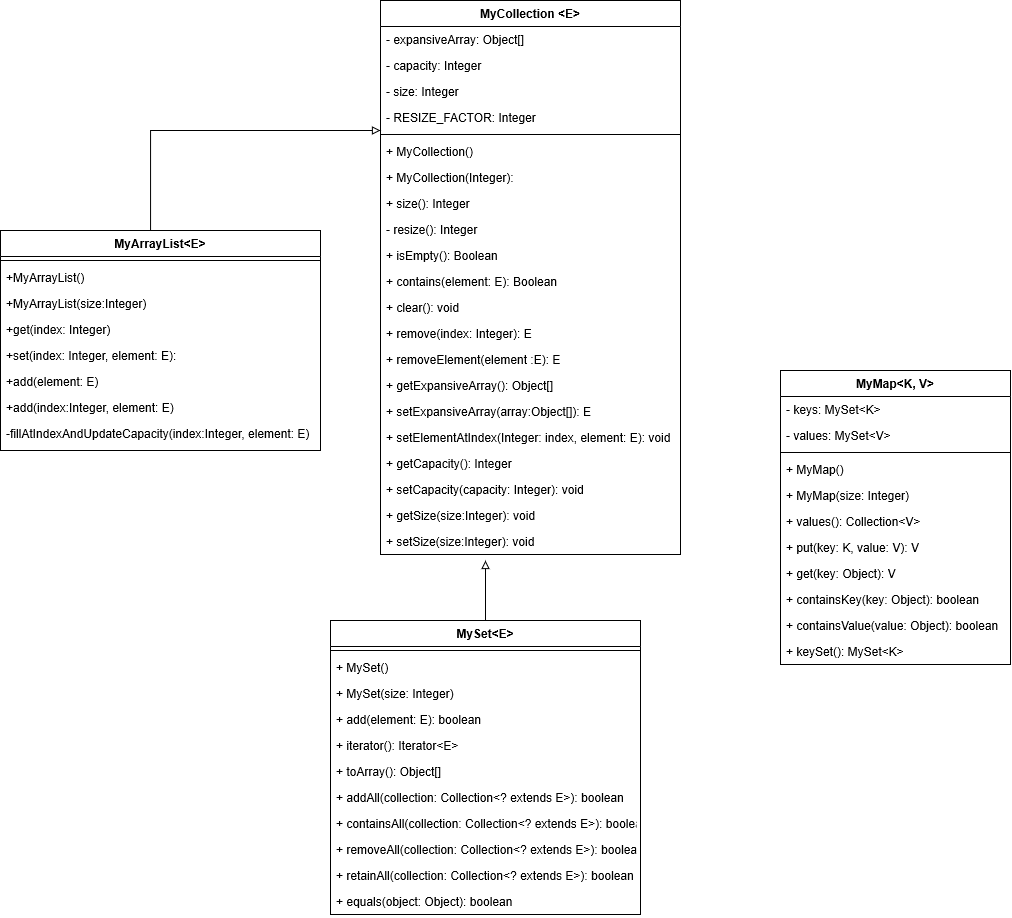
This is StayReadyLab13UML.png from code-differently/StayReadyLab13, a draw.io export, as it was before one commit. Source tidied: cells renumbered, new cells last; positions are measured from the earlier drawing's top-left corner, leaving out a move shared by most shapes.
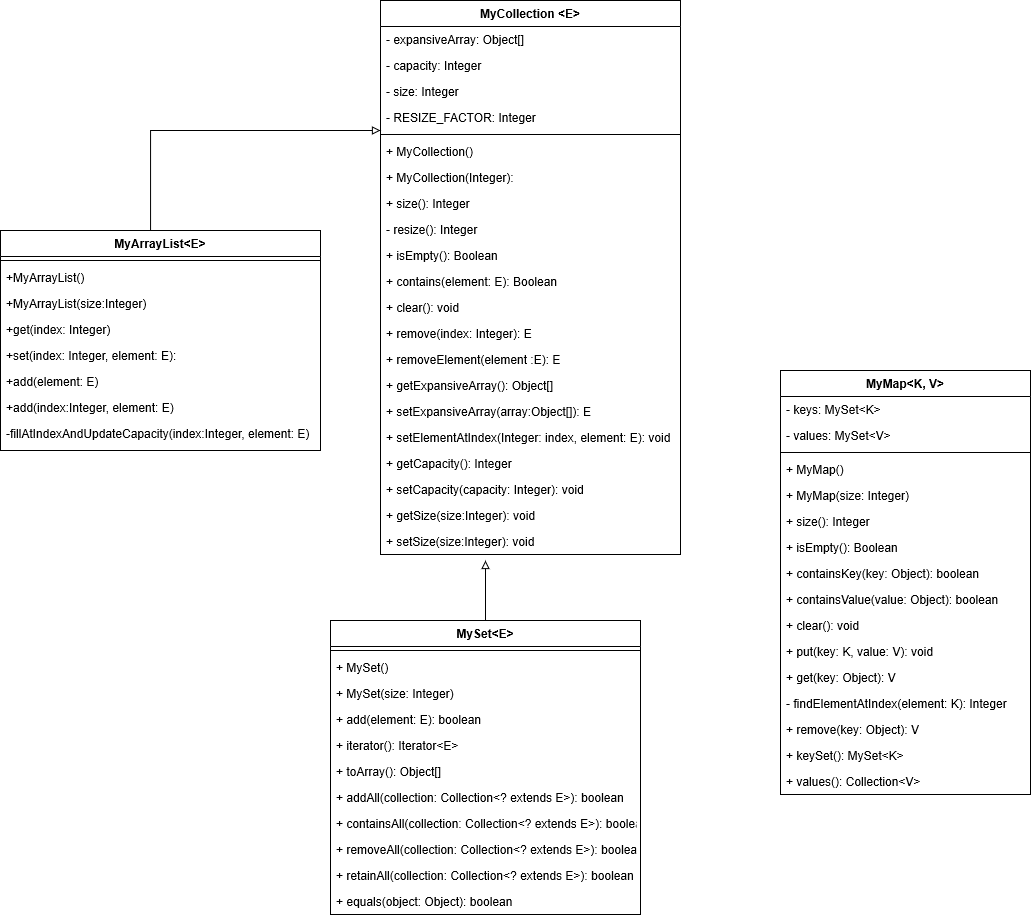
After the commit.

Commit message:
getting close to finishing. Updated UML

Diff of the diagram source:
```diff
@@ -145,40 +145,55 @@
       <mxGeometry y="268" width="310" height="26" as="geometry" />
     </mxCell>
     <mxCell id="47" value="MyMap&lt;K, V&gt;" style="swimlane;fontStyle=1;align=center;verticalAlign=top;horizontal=1;startSize=26;" parent="1" vertex="1">
-      <mxGeometry x="780" y="370" width="230" height="294" as="geometry" />
+      <mxGeometry x="780" y="370" width="250" height="424" as="geometry" />
     </mxCell>
     <mxCell id="48" value="- keys: MySet&lt;K&gt;" style="text;strokeColor=none;fillColor=none;align=left;verticalAlign=top;spacingLeft=4;spacingRight=4;overflow=hidden;" parent="47" vertex="1">
-      <mxGeometry y="26" width="230" height="26" as="geometry" />
+      <mxGeometry y="26" width="250" height="26" as="geometry" />
     </mxCell>
     <mxCell id="49" value="- values: MySet&lt;V&gt;" style="text;strokeColor=none;fillColor=none;align=left;verticalAlign=top;spacingLeft=4;spacingRight=4;overflow=hidden;" parent="47" vertex="1">
-      <mxGeometry y="52" width="230" height="26" as="geometry" />
+      <mxGeometry y="52" width="250" height="26" as="geometry" />
     </mxCell>
     <mxCell id="50" style="line;strokeWidth=1;fillColor=none;align=left;verticalAlign=middle;spacingTop=-1;spacingLeft=3;spacingRight=3;labelPosition=right;" parent="47" vertex="1">
-      <mxGeometry y="78" width="230" height="8" as="geometry" />
+      <mxGeometry y="78" width="250" height="8" as="geometry" />
     </mxCell>
     <mxCell id="51" value="+ MyMap()" style="text;strokeColor=none;fillColor=none;align=left;verticalAlign=top;spacingLeft=4;spacingRight=4;overflow=hidden;" parent="47" vertex="1">
-      <mxGeometry y="86" width="230" height="26" as="geometry" />
+      <mxGeometry y="86" width="250" height="26" as="geometry" />
     </mxCell>
     <mxCell id="52" value="+ MyMap(size: Integer)" style="text;strokeColor=none;fillColor=none;align=left;verticalAlign=top;spacingLeft=4;spacingRight=4;overflow=hidden;" parent="47" vertex="1">
-      <mxGeometry y="112" width="230" height="26" as="geometry" />
+      <mxGeometry y="112" width="250" height="26" as="geometry" />
     </mxCell>
-    <mxCell id="53" value="+ values(): Collection&lt;V&gt;" style="text;strokeColor=none;fillColor=none;align=left;verticalAlign=top;spacingLeft=4;spacingRight=4;overflow=hidden;" parent="47" vertex="1">
-      <mxGeometry y="138" width="230" height="26" as="geometry" />
-    </mxCell>
+    <mxCell id="59" value="+ size(): Integer" style="text;strokeColor=none;fillColor=none;align=left;verticalAlign=top;spacingLeft=4;spacingRight=4;overflow=hidden;" parent="47" vertex="1">
+      <mxGeometry y="138" width="250" height="26" as="geometry" />
+    </mxCell>
+    <mxCell id="60" value="+ isEmpty(): Boolean" style="text;strokeColor=none;fillColor=none;align=left;verticalAlign=top;spacingLeft=4;spacingRight=4;overflow=hidden;" parent="47" vertex="1">
+      <mxGeometry y="164" width="250" height="26" as="geometry" />
+    </mxCell>
+    <mxCell id="56" value="+ containsKey(key: Object): boolean" style="text;strokeColor=none;fillColor=none;align=left;verticalAlign=top;spacingLeft=4;spacingRight=4;overflow=hidden;" parent="47" vertex="1">
+      <mxGeometry y="190" width="250" height="26" as="geometry" />
+    </mxCell>
+    <mxCell id="57" value="+ containsValue(value: Object): boolean" style="text;strokeColor=none;fillColor=none;align=left;verticalAlign=top;spacingLeft=4;spacingRight=4;overflow=hidden;" parent="47" vertex="1">
+      <mxGeometry y="216" width="250" height="26" as="geometry" />
+    </mxCell>
+    <mxCell id="61" value="+ clear(): void" style="text;strokeColor=none;fillColor=none;align=left;verticalAlign=top;spacingLeft=4;spacingRight=4;overflow=hidden;" parent="47" vertex="1">
+      <mxGeometry y="242" width="250" height="26" as="geometry" />
+    </mxCell>
-    <mxCell id="54" value="+ put(key: K, value: V): V" style="text;strokeColor=none;fillColor=none;align=left;verticalAlign=top;spacingLeft=4;spacingRight=4;overflow=hidden;" parent="47" vertex="1">
-      <mxGeometry y="164" width="230" height="26" as="geometry" />
+    <mxCell id="54" value="+ put(key: K, value: V): void" style="text;strokeColor=none;fillColor=none;align=left;verticalAlign=top;spacingLeft=4;spacingRight=4;overflow=hidden;" parent="47" vertex="1">
+      <mxGeometry y="268" width="250" height="26" as="geometry" />
     </mxCell>
     <mxCell id="55" value="+ get(key: Object): V" style="text;strokeColor=none;fillColor=none;align=left;verticalAlign=top;spacingLeft=4;spacingRight=4;overflow=hidden;" parent="47" vertex="1">
-      <mxGeometry y="190" width="230" height="26" as="geometry" />
+      <mxGeometry y="294" width="250" height="26" as="geometry" />
     </mxCell>
-    <mxCell id="56" value="+ containsKey(key: Object): boolean" style="text;strokeColor=none;fillColor=none;align=left;verticalAlign=top;spacingLeft=4;spacingRight=4;overflow=hidden;" parent="47" vertex="1">
-      <mxGeometry y="216" width="230" height="26" as="geometry" />
-    </mxCell>
-    <mxCell id="57" value="+ containsValue(value: Object): boolean" style="text;strokeColor=none;fillColor=none;align=left;verticalAlign=top;spacingLeft=4;spacingRight=4;overflow=hidden;" parent="47" vertex="1">
-      <mxGeometry y="242" width="230" height="26" as="geometry" />
-    </mxCell>
+    <mxCell id="62" value="- findElementAtIndex(element: K): Integer" style="text;strokeColor=none;fillColor=none;align=left;verticalAlign=top;spacingLeft=4;spacingRight=4;overflow=hidden;" parent="47" vertex="1">
+      <mxGeometry y="320" width="250" height="26" as="geometry" />
+    </mxCell>
+    <mxCell id="63" value="+ remove(key: Object): V " style="text;strokeColor=none;fillColor=none;align=left;verticalAlign=top;spacingLeft=4;spacingRight=4;overflow=hidden;" parent="47" vertex="1">
+      <mxGeometry y="346" width="250" height="26" as="geometry" />
+    </mxCell>
     <mxCell id="58" value="+ keySet(): MySet&lt;K&gt;" style="text;strokeColor=none;fillColor=none;align=left;verticalAlign=top;spacingLeft=4;spacingRight=4;overflow=hidden;" parent="47" vertex="1">
-      <mxGeometry y="268" width="230" height="26" as="geometry" />
+      <mxGeometry y="372" width="250" height="26" as="geometry" />
     </mxCell>
+    <mxCell id="53" value="+ values(): Collection&lt;V&gt;" style="text;strokeColor=none;fillColor=none;align=left;verticalAlign=top;spacingLeft=4;spacingRight=4;overflow=hidden;" parent="47" vertex="1">
+      <mxGeometry y="398" width="250" height="26" as="geometry" />
+    </mxCell>
   </root>
 </mxGraphModel>
```
